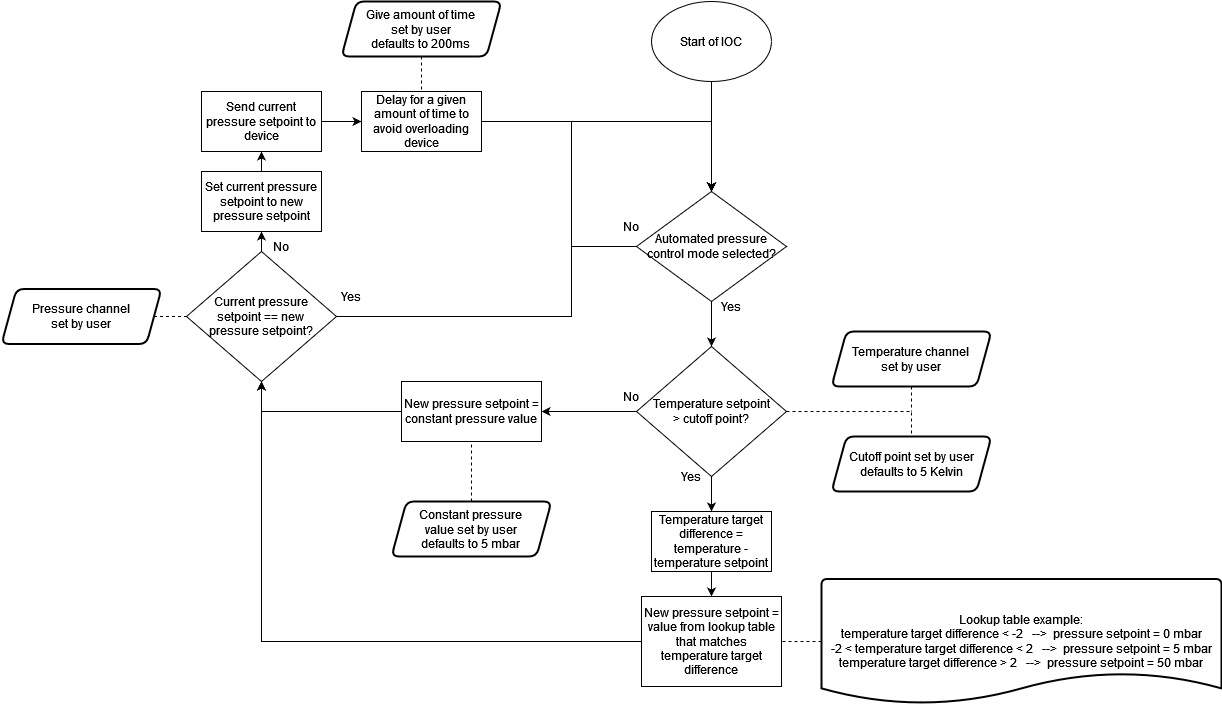
This is MercuryEnhancedCryo.drawio.png from ISISComputingGroup/ibex_developers_manual, a draw.io export, as it was before one commit. Source tidied: cells renumbered, new cells last; positions are measured from the earlier drawing's top-left corner, leaving out a move shared by most shapes.
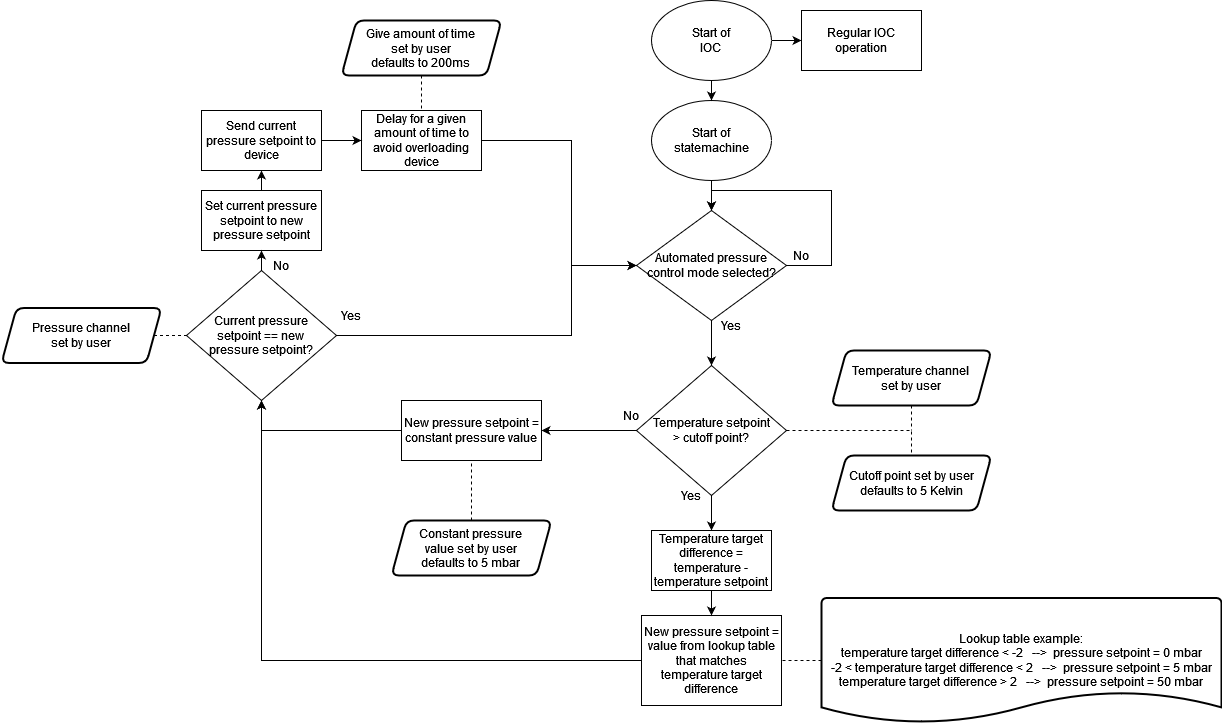
The same diagram one commit later.

Commit message:
Add device screen design

Diff of the diagram source:
```diff
@@ -5,8 +5,8 @@
     <mxCell id="2" style="edgeStyle=orthogonalEdgeStyle;rounded=0;jettySize=auto;html=1;exitX=0.5;exitY=1;exitDx=0;exitDy=0;entryX=0.5;entryY=0;entryDx=0;entryDy=0;" parent="1" edge="1" source="3" target="5">
       <mxGeometry relative="1" as="geometry" />
     </mxCell>
-    <mxCell id="3" value="Start of IOC" style="ellipse;whiteSpace=wrap;html=1;" parent="1" vertex="1">
-      <mxGeometry x="650" width="120" height="80" as="geometry" />
+    <mxCell id="3" value="&lt;div&gt;Start of &lt;br&gt;&lt;/div&gt;&lt;div&gt;statemachine&lt;/div&gt;" style="ellipse;whiteSpace=wrap;html=1;" parent="1" vertex="1">
+      <mxGeometry x="650" y="80" width="120" height="80" as="geometry" />
     </mxCell>
     <mxCell id="4" style="edgeStyle=orthogonalEdgeStyle;rounded=0;jettySize=auto;html=1;exitX=0.5;exitY=1;exitDx=0;exitDy=0;entryX=0.5;entryY=0;entryDx=0;entryDy=0;" parent="1" edge="1" source="5" target="11">
       <mxGeometry relative="1" as="geometry" />
@@ -14,17 +14,17 @@
     <mxCell id="5" value="Automated pressure control mode selected?" style="rhombus;whiteSpace=wrap;html=1;" parent="1" vertex="1">
       <mxGeometry x="635" y="190" width="150" height="110" as="geometry" />
     </mxCell>
-    <mxCell id="6" style="edgeStyle=orthogonalEdgeStyle;rounded=0;orthogonalLoop=1;jettySize=auto;html=1;exitX=0;exitY=0.5;exitDx=0;exitDy=0;entryX=0.5;entryY=0;entryDx=0;entryDy=0;" parent="1" edge="1" source="5" target="5">
+    <mxCell id="6" style="edgeStyle=orthogonalEdgeStyle;rounded=0;orthogonalLoop=1;jettySize=auto;html=1;exitX=1;exitY=0.5;exitDx=0;exitDy=0;entryX=0.5;entryY=0;entryDx=0;entryDy=0;" parent="1" edge="1" source="5" target="5">
       <mxGeometry relative="1" as="geometry">
         <Array as="points">
-          <mxPoint x="570" y="245" />
-          <mxPoint x="570" y="120" />
-          <mxPoint x="710" y="120" />
+          <mxPoint x="830" y="245" />
+          <mxPoint x="830" y="170" />
+          <mxPoint x="710" y="170" />
         </Array>
       </mxGeometry>
     </mxCell>
     <mxCell id="7" value="No" style="text;html=1;strokeColor=none;fillColor=none;align=center;verticalAlign=middle;whiteSpace=wrap;rounded=0;" parent="1" vertex="1">
-      <mxGeometry x="600" y="210" width="60" height="30" as="geometry" />
+      <mxGeometry x="770" y="220" width="60" height="30" as="geometry" />
     </mxCell>
     <mxCell id="8" style="edgeStyle=orthogonalEdgeStyle;rounded=0;jettySize=auto;html=1;exitX=0;exitY=0.5;exitDx=0;exitDy=0;entryX=1;entryY=0.5;entryDx=0;entryDy=0;" parent="1" edge="1" source="11">
       <mxGeometry relative="1" as="geometry">
@@ -91,20 +91,24 @@
     <mxCell id="28" style="edgeStyle=orthogonalEdgeStyle;rounded=0;jettySize=auto;html=1;exitX=0.5;exitY=0;exitDx=0;exitDy=0;entryX=0.5;entryY=1;entryDx=0;entryDy=0;endArrow=classic;endFill=1;" parent="1" edge="1" source="30" target="20">
       <mxGeometry relative="1" as="geometry" />
     </mxCell>
-    <mxCell id="29" style="edgeStyle=orthogonalEdgeStyle;rounded=0;jettySize=auto;html=1;exitX=1;exitY=0.5;exitDx=0;exitDy=0;entryX=0.5;entryY=0;entryDx=0;entryDy=0;endArrow=classic;endFill=1;" parent="1" edge="1" source="30" target="5">
+    <mxCell id="29" style="edgeStyle=orthogonalEdgeStyle;rounded=0;jettySize=auto;html=1;exitX=1;exitY=0.5;exitDx=0;exitDy=0;entryX=0;entryY=0.5;entryDx=0;entryDy=0;endArrow=classic;endFill=1;" parent="1" edge="1" source="30" target="5">
       <mxGeometry relative="1" as="geometry">
         <Array as="points">
           <mxPoint x="570" y="315" />
-          <mxPoint x="570" y="120" />
-          <mxPoint x="710" y="120" />
+          <mxPoint x="570" y="245" />
         </Array>
       </mxGeometry>
     </mxCell>
     <mxCell id="30" value="&lt;div&gt;Current pressure &lt;br&gt;&lt;/div&gt;&lt;div&gt;setpoint == new &lt;br&gt;&lt;/div&gt;&lt;div&gt;pressure setpoint?&lt;/div&gt;" style="rhombus;whiteSpace=wrap;html=1;" parent="1" vertex="1">
       <mxGeometry x="185" y="250" width="150" height="130" as="geometry" />
     </mxCell>
-    <mxCell id="31" style="edgeStyle=orthogonalEdgeStyle;rounded=0;jettySize=auto;html=1;exitX=1;exitY=0.5;exitDx=0;exitDy=0;entryX=0.5;entryY=0;entryDx=0;entryDy=0;endArrow=classic;endFill=1;startArrow=none;" parent="1" edge="1" source="39" target="5">
-      <mxGeometry relative="1" as="geometry" />
+    <mxCell id="31" style="edgeStyle=orthogonalEdgeStyle;rounded=0;jettySize=auto;html=1;exitX=1;exitY=0.5;exitDx=0;exitDy=0;entryX=0;entryY=0.5;entryDx=0;entryDy=0;endArrow=classic;endFill=1;startArrow=none;" parent="1" edge="1" source="39" target="5">
+      <mxGeometry relative="1" as="geometry">
+        <Array as="points">
+          <mxPoint x="570" y="120" />
+          <mxPoint x="570" y="245" />
+        </Array>
+      </mxGeometry>
     </mxCell>
     <mxCell id="32" value="Send current pressure setpoint to device" style="rounded=0;whiteSpace=wrap;html=1;" parent="1" vertex="1">
       <mxGeometry x="200" y="90" width="120" height="60" as="geometry" />
@@ -141,5 +145,17 @@
     <mxCell id="42" value="&lt;div&gt;Give amount of time &lt;br&gt;&lt;/div&gt;&lt;div&gt;set by user &lt;br&gt;&lt;/div&gt;&lt;div&gt;defaults to 200ms&lt;/div&gt;" style="shape=parallelogram;html=1;strokeWidth=2;perimeter=parallelogramPerimeter;whiteSpace=wrap;rounded=1;arcSize=15;size=0.09375;" parent="1" vertex="1">
       <mxGeometry x="340" width="160" height="55" as="geometry" />
     </mxCell>
+    <mxCell id="43" style="edgeStyle=orthogonalEdgeStyle;rounded=0;jettySize=auto;html=1;exitX=0.5;exitY=1;exitDx=0;exitDy=0;entryX=0.5;entryY=0;entryDx=0;entryDy=0;endArrow=classic;endFill=1;" parent="1" edge="1" source="45" target="3">
+      <mxGeometry relative="1" as="geometry" />
+    </mxCell>
+    <mxCell id="44" style="edgeStyle=orthogonalEdgeStyle;rounded=0;jettySize=auto;html=1;exitX=1;exitY=0.5;exitDx=0;exitDy=0;entryX=0;entryY=0.5;entryDx=0;entryDy=0;endArrow=classic;endFill=1;" parent="1" edge="1" source="45" target="46">
+      <mxGeometry relative="1" as="geometry" />
+    </mxCell>
+    <mxCell id="45" value="&lt;div&gt;Start of &lt;br&gt;&lt;/div&gt;&lt;div&gt;IOC&lt;/div&gt;" style="ellipse;whiteSpace=wrap;html=1;" parent="1" vertex="1">
+      <mxGeometry x="650" y="-20" width="120" height="80" as="geometry" />
+    </mxCell>
+    <mxCell id="46" value="Regular IOC operation" style="rounded=0;whiteSpace=wrap;html=1;" parent="1" vertex="1">
+      <mxGeometry x="800" y="-10" width="120" height="60" as="geometry" />
+    </mxCell>
   </root>
 </mxGraphModel>
```
